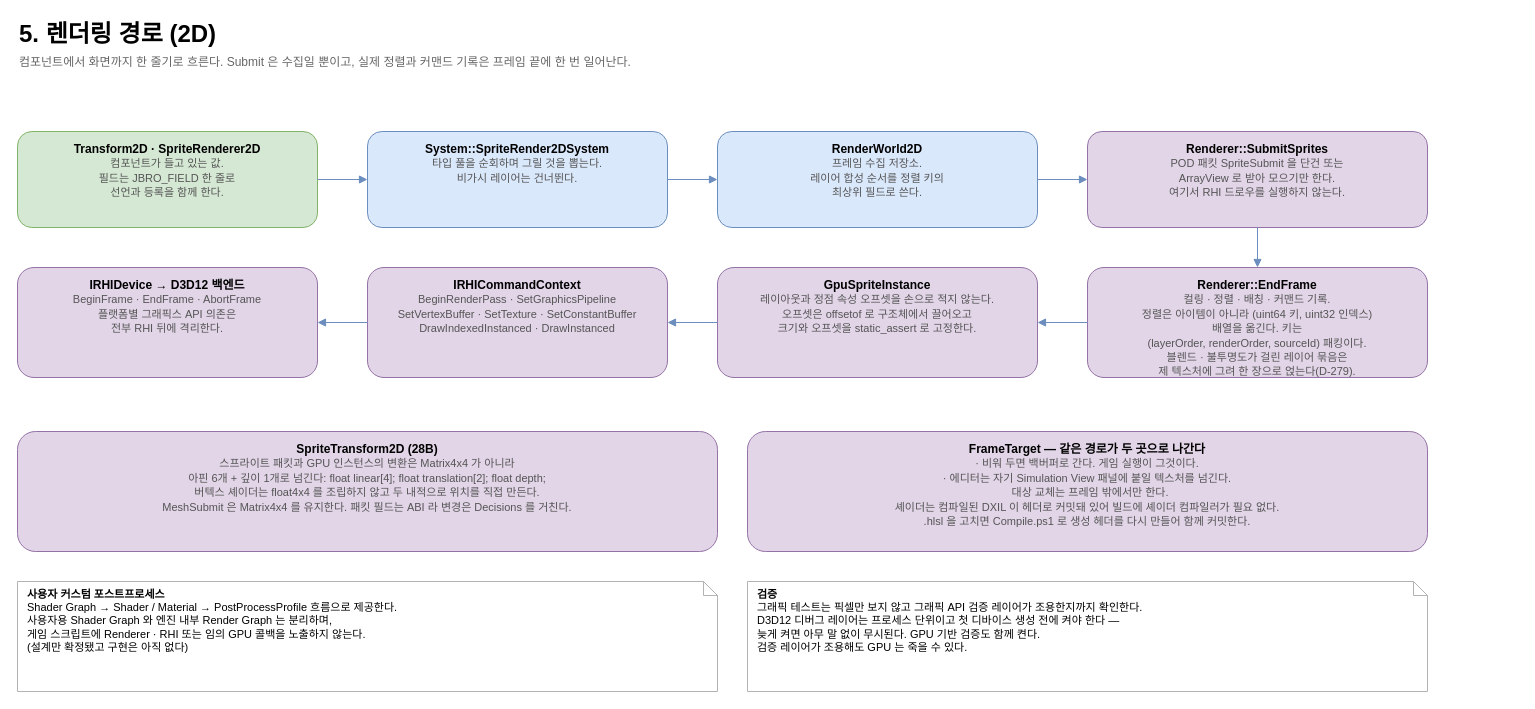
This is page "5. 렌더링 경로 (2D)" (5 of 6) of docs/JBroEngine.drawio.xml from taku7664/JBroEngine, a draw.io file, before an edit. Source tidied: cells renumbered, new cells numbered last; positions are measured from the earlier drawing's top-left corner, leaving out a move shared by most shapes. Both pictures are drawn from the tidied source at 100%, with x=0, y=0 at pixel (17, 17).
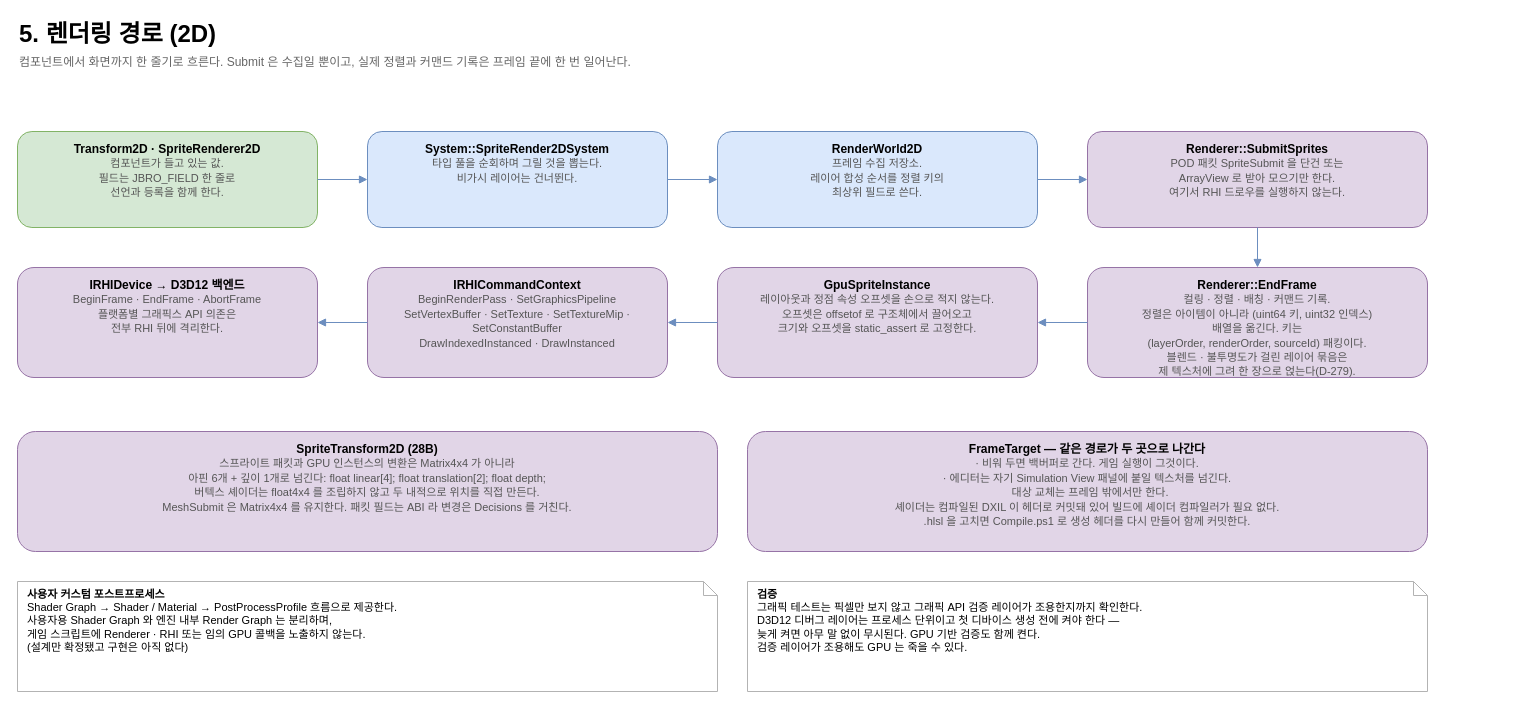
After the change.

Diff of the diagram source:
```diff
@@
-    <mxCell id="10" value="&lt;b&gt;IRHICommandContext&lt;/b&gt;&lt;br&gt;&lt;font color=&quot;#555555&quot; style=&quot;font-size:11px&quot;&gt;BeginRenderPass · SetGraphicsPipeline&lt;br&gt;SetVertexBuffer · SetTexture · SetConstantBuffer&lt;br&gt;DrawIndexedInstanced · DrawInstanced&lt;/font&gt;" style="rounded=1;whiteSpace=wrap;html=1;fontSize=12;verticalAlign=top;spacingTop=4;fillColor=#e1d5e7;strokeColor=#9673a6;" parent="1" vertex="1">
+    <mxCell id="10" value="&lt;b&gt;IRHICommandContext&lt;/b&gt;&lt;br&gt;&lt;font color=&quot;#555555&quot; style=&quot;font-size:11px&quot;&gt;BeginRenderPass · SetGraphicsPipeline&lt;br&gt;SetVertexBuffer · SetTexture · SetTextureMip · SetConstantBuffer&lt;br&gt;DrawIndexedInstanced · DrawInstanced&lt;/font&gt;" style="rounded=1;whiteSpace=wrap;html=1;fontSize=12;verticalAlign=top;spacingTop=4;fillColor=#e1d5e7;strokeColor=#9673a6;" parent="1" vertex="1">
       <mxGeometry x="350" y="250" width="300" height="110" as="geometry" />
     </mxCell>
```
